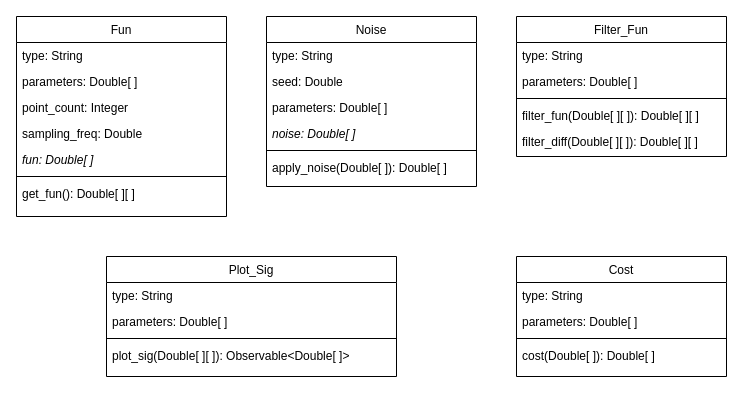
The draw.io diagram page "Overview" (1 of 6) of overview.drawio in TGSP1997/OS-RST, before the edit. Source tidied: cells renumbered, new cells numbered last; positions are measured from the earlier drawing's top-left corner, leaving out a move shared by most shapes. Both pictures are drawn from the tidied source at 100%, with x=0, y=0 at pixel (16, 16).
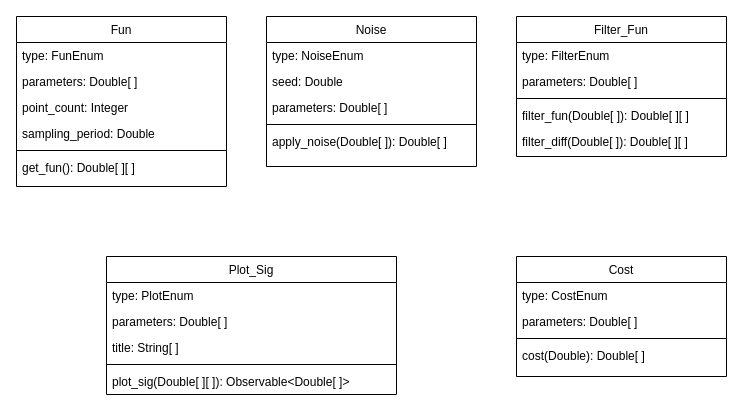
The same diagram, later.

Commit message:
Added Class descriptions to overview

The change refers to these unchanged cells:
```xml
<mxCell id="17" value="Filter_Fun" style="swimlane;fontStyle=0;align=center;verticalAlign=top;horizontal=1;startSize=26;rounded=0;shadow=0;strokeWidth=1;" parent="1" vertex="1">
  <mxGeometry x="500" width="210" height="140" as="geometry" />
</mxCell>
<mxCell id="23" value="Cost" style="swimlane;fontStyle=0;align=center;verticalAlign=top;horizontal=1;startSize=26;rounded=0;shadow=0;strokeWidth=1;" parent="1" vertex="1">
  <mxGeometry x="500" y="240" width="210" height="120" as="geometry" />
</mxCell>
```

The edit, as a diff of the source:
```diff
@@
     <mxCell id="2" value="Fun" style="swimlane;fontStyle=0;align=center;verticalAlign=top;horizontal=1;startSize=26;rounded=0;shadow=0;strokeWidth=1;" parent="1" vertex="1">
-      <mxGeometry width="210" height="200" as="geometry" />
+      <mxGeometry width="210" height="170" as="geometry" />
     </mxCell>
-    <mxCell id="3" value="type: String" style="text;align=left;verticalAlign=top;spacingLeft=4;spacingRight=4;overflow=hidden;" parent="2" vertex="1">
+    <mxCell id="3" value="type: FunEnum" style="text;align=left;verticalAlign=top;spacingLeft=4;spacingRight=4;overflow=hidden;" parent="2" vertex="1">
       <mxGeometry y="26" width="210" height="26" as="geometry" />
     </mxCell>
@@
-    <mxCell id="6" value="sampling_freq: Double" style="text;align=left;verticalAlign=top;spacingLeft=4;spacingRight=4;overflow=hidden;rounded=0;shadow=0;html=0;" parent="2" vertex="1">
+    <mxCell id="6" value="sampling_period: Double" style="text;align=left;verticalAlign=top;spacingLeft=4;spacingRight=4;overflow=hidden;rounded=0;shadow=0;html=0;" parent="2" vertex="1">
       <mxGeometry y="104" width="210" height="26" as="geometry" />
     </mxCell>
-    <mxCell id="7" value="fun: Double[ ]" style="text;align=left;verticalAlign=top;spacingLeft=4;spacingRight=4;overflow=hidden;rounded=0;shadow=0;html=0;fontStyle=2;" parent="2" vertex="1">
-      <mxGeometry y="130" width="210" height="26" as="geometry" />
-    </mxCell>
     <mxCell id="8" style="line;html=1;strokeWidth=1;align=left;verticalAlign=middle;spacingTop=-1;spacingLeft=3;spacingRight=3;labelPosition=right;" parent="2" vertex="1">
-      <mxGeometry y="156" width="210" height="8" as="geometry" />
+      <mxGeometry y="130" width="210" height="8" as="geometry" />
     </mxCell>
     <mxCell id="9" value="get_fun(): Double[ ][ ]" style="text;align=left;verticalAlign=top;spacingLeft=4;spacingRight=4;overflow=hidden;" parent="2" vertex="1">
-      <mxGeometry y="164" width="210" height="26" as="geometry" />
+      <mxGeometry y="138" width="210" height="26" as="geometry" />
     </mxCell>
     <mxCell id="10" value="Noise" style="swimlane;fontStyle=0;align=center;verticalAlign=top;horizontal=1;startSize=26;rounded=0;shadow=0;strokeWidth=1;" parent="1" vertex="1">
-      <mxGeometry x="250" width="210" height="170" as="geometry" />
+      <mxGeometry x="250" width="210" height="150" as="geometry" />
     </mxCell>
-    <mxCell id="11" value="type: String" style="text;align=left;verticalAlign=top;spacingLeft=4;spacingRight=4;overflow=hidden;" parent="10" vertex="1">
+    <mxCell id="11" value="type: NoiseEnum" style="text;align=left;verticalAlign=top;spacingLeft=4;spacingRight=4;overflow=hidden;" parent="10" vertex="1">
       <mxGeometry y="26" width="210" height="26" as="geometry" />
     </mxCell>
@@
-    <mxCell id="14" value="noise: Double[ ]" style="text;align=left;verticalAlign=top;spacingLeft=4;spacingRight=4;overflow=hidden;rounded=0;shadow=0;html=0;fontStyle=2;" parent="10" vertex="1">
-      <mxGeometry y="104" width="210" height="26" as="geometry" />
-    </mxCell>
     <mxCell id="15" style="line;html=1;strokeWidth=1;align=left;verticalAlign=middle;spacingTop=-1;spacingLeft=3;spacingRight=3;labelPosition=right;" parent="10" vertex="1">
-      <mxGeometry y="130" width="210" height="8" as="geometry" />
+      <mxGeometry y="104" width="210" height="8" as="geometry" />
     </mxCell>
     <mxCell id="16" value="apply_noise(Double[ ]): Double[ ]" style="text;align=left;verticalAlign=top;spacingLeft=4;spacingRight=4;overflow=hidden;" parent="10" vertex="1">
-      <mxGeometry y="138" width="210" height="26" as="geometry" />
+      <mxGeometry y="112" width="210" height="26" as="geometry" />
     </mxCell>
@@
-    <mxCell id="18" value="type: String" style="text;align=left;verticalAlign=top;spacingLeft=4;spacingRight=4;overflow=hidden;" parent="17" vertex="1">
+    <mxCell id="18" value="type: FilterEnum" style="text;align=left;verticalAlign=top;spacingLeft=4;spacingRight=4;overflow=hidden;" parent="17" vertex="1">
       <mxGeometry y="26" width="210" height="26" as="geometry" />
     </mxCell>
@@
-    <mxCell id="21" value="filter_fun(Double[ ][ ]): Double[ ][ ]" style="text;align=left;verticalAlign=top;spacingLeft=4;spacingRight=4;overflow=hidden;" parent="17" vertex="1">
+    <mxCell id="21" value="filter_fun(Double[ ]): Double[ ][ ]" style="text;align=left;verticalAlign=top;spacingLeft=4;spacingRight=4;overflow=hidden;" parent="17" vertex="1">
       <mxGeometry y="86" width="210" height="26" as="geometry" />
     </mxCell>
-    <mxCell id="22" value="filter_diff(Double[ ][ ]): Double[ ][ ]" style="text;align=left;verticalAlign=top;spacingLeft=4;spacingRight=4;overflow=hidden;" parent="17" vertex="1">
+    <mxCell id="22" value="filter_diff(Double[ ]): Double[ ][ ]" style="text;align=left;verticalAlign=top;spacingLeft=4;spacingRight=4;overflow=hidden;" parent="17" vertex="1">
       <mxGeometry y="112" width="210" height="26" as="geometry" />
     </mxCell>
@@
-    <mxCell id="24" value="type: String" style="text;align=left;verticalAlign=top;spacingLeft=4;spacingRight=4;overflow=hidden;" parent="23" vertex="1">
+    <mxCell id="24" value="type: CostEnum" style="text;align=left;verticalAlign=top;spacingLeft=4;spacingRight=4;overflow=hidden;" parent="23" vertex="1">
       <mxGeometry y="26" width="210" height="26" as="geometry" />
     </mxCell>
@@
-    <mxCell id="27" value="cost(Double[ ]): Double[ ]" style="text;align=left;verticalAlign=top;spacingLeft=4;spacingRight=4;overflow=hidden;" parent="23" vertex="1">
+    <mxCell id="27" value="cost(Double): Double[ ]" style="text;align=left;verticalAlign=top;spacingLeft=4;spacingRight=4;overflow=hidden;" parent="23" vertex="1">
       <mxGeometry y="86" width="210" height="26" as="geometry" />
     </mxCell>
     <mxCell id="28" value="Plot_Sig" style="swimlane;fontStyle=0;align=center;verticalAlign=top;horizontal=1;startSize=26;rounded=0;shadow=0;strokeWidth=1;" parent="1" vertex="1">
-      <mxGeometry x="90" y="240" width="290" height="120" as="geometry" />
+      <mxGeometry x="90" y="240" width="290" height="138" as="geometry" />
     </mxCell>
-    <mxCell id="29" value="type: String" style="text;align=left;verticalAlign=top;spacingLeft=4;spacingRight=4;overflow=hidden;" parent="28" vertex="1">
+    <mxCell id="29" value="type: PlotEnum" style="text;align=left;verticalAlign=top;spacingLeft=4;spacingRight=4;overflow=hidden;" parent="28" vertex="1">
       <mxGeometry y="26" width="290" height="26" as="geometry" />
     </mxCell>
@@
+    <mxCell id="33" value="title: String[ ]" style="text;align=left;verticalAlign=top;spacingLeft=4;spacingRight=4;overflow=hidden;rounded=0;shadow=0;html=0;" parent="28" vertex="1">
+      <mxGeometry y="78" width="290" height="26" as="geometry" />
+    </mxCell>
     <mxCell id="31" style="line;html=1;strokeWidth=1;align=left;verticalAlign=middle;spacingTop=-1;spacingLeft=3;spacingRight=3;labelPosition=right;" parent="28" vertex="1">
-      <mxGeometry y="78" width="290" height="8" as="geometry" />
+      <mxGeometry y="104" width="290" height="8" as="geometry" />
     </mxCell>
     <mxCell id="32" value="plot_sig(Double[ ][ ]): Observable&lt;Double[ ]&gt;" style="text;align=left;verticalAlign=top;spacingLeft=4;spacingRight=4;overflow=hidden;" parent="28" vertex="1">
-      <mxGeometry y="86" width="290" height="26" as="geometry" />
+      <mxGeometry y="112" width="290" height="26" as="geometry" />
     </mxCell>
```
